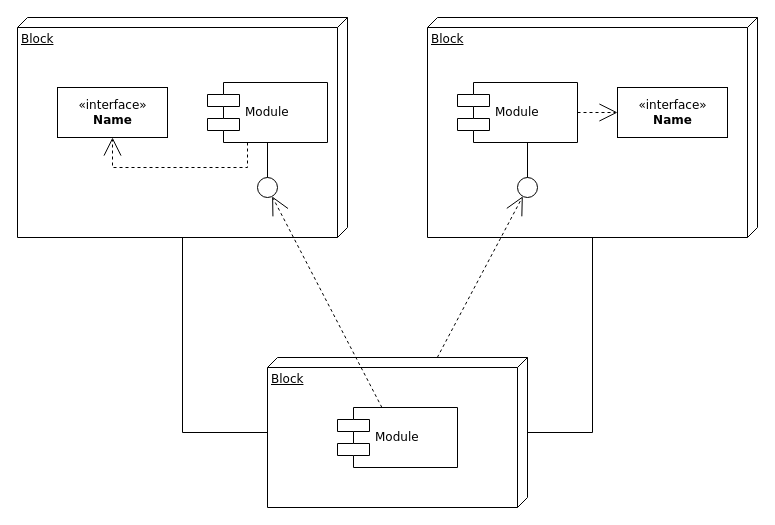
Before: Untitled Diagram.drawio in wait-for-the-wind/diagrams, a draw.io diagram. Source tidied: cells renumbered, new cells numbered last; positions are measured from the earlier drawing's top-left corner, leaving out a move shared by most shapes. Both pictures are drawn from the tidied source at 100%, with x=0, y=0 at pixel (17, 17).
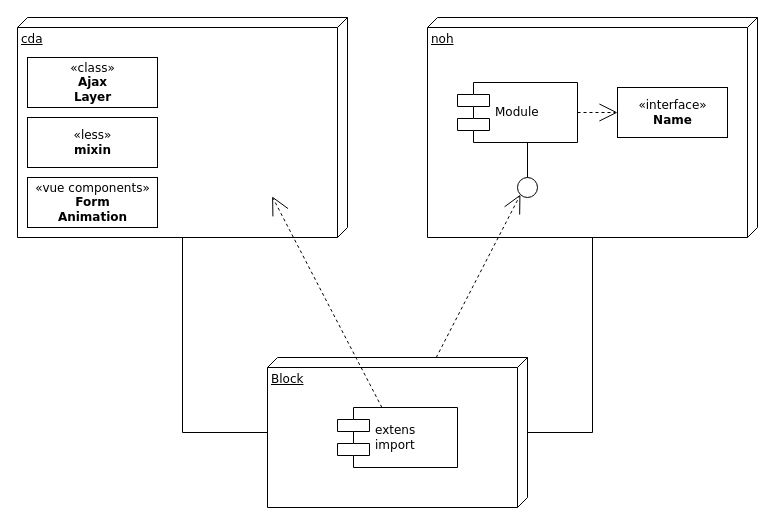
The same page after the edit.

The change refers to these unchanged cells:
```xml
<mxCell id="4" value="Block" style="verticalAlign=top;align=left;spacingTop=8;spacingLeft=2;spacingRight=12;shape=cube;size=10;direction=south;fontStyle=4;html=1;rounded=0;shadow=0;comic=0;labelBackgroundColor=none;strokeWidth=1;fontFamily=Verdana;fontSize=12;" parent="1" vertex="1">
  <mxGeometry x="250" y="340" width="260" height="150" as="geometry" />
</mxCell>
<mxCell id="10" style="ellipse;whiteSpace=wrap;html=1;rounded=0;shadow=0;comic=0;labelBackgroundColor=none;strokeWidth=1;fontFamily=Verdana;fontSize=12;align=center;" parent="1" vertex="1">
  <mxGeometry x="500" y="160" width="20" height="20" as="geometry" />
</mxCell>
```

What changed in the source:
```diff
@@
-    <mxCell id="2" value="Block" style="verticalAlign=top;align=left;spacingTop=8;spacingLeft=2;spacingRight=12;shape=cube;size=10;direction=south;fontStyle=4;html=1;rounded=0;shadow=0;comic=0;labelBackgroundColor=none;strokeWidth=1;fontFamily=Verdana;fontSize=12;" parent="1" vertex="1">
+    <mxCell id="2" value="cda" style="verticalAlign=top;align=left;spacingTop=8;spacingLeft=2;spacingRight=12;shape=cube;size=10;direction=south;fontStyle=4;html=1;rounded=0;shadow=0;comic=0;labelBackgroundColor=none;strokeWidth=1;fontFamily=Verdana;fontSize=12;" parent="1" vertex="1">
       <mxGeometry width="330" height="220" as="geometry" />
     </mxCell>
-    <mxCell id="3" value="Block" style="verticalAlign=top;align=left;spacingTop=8;spacingLeft=2;spacingRight=12;shape=cube;size=10;direction=south;fontStyle=4;html=1;rounded=0;shadow=0;comic=0;labelBackgroundColor=none;strokeWidth=1;fontFamily=Verdana;fontSize=12;" parent="1" vertex="1">
+    <mxCell id="3" value="noh" style="verticalAlign=top;align=left;spacingTop=8;spacingLeft=2;spacingRight=12;shape=cube;size=10;direction=south;fontStyle=4;html=1;rounded=0;shadow=0;comic=0;labelBackgroundColor=none;strokeWidth=1;fontFamily=Verdana;fontSize=12;" parent="1" vertex="1">
       <mxGeometry x="410" width="330" height="220" as="geometry" />
     </mxCell>
@@
-    <mxCell id="5" value="&amp;laquo;interface&amp;raquo;&lt;br&gt;&lt;b&gt;Name&lt;/b&gt;" style="html=1;rounded=0;shadow=0;comic=0;labelBackgroundColor=none;strokeWidth=1;fontFamily=Verdana;fontSize=12;align=center;" parent="1" vertex="1">
-      <mxGeometry x="40" y="70" width="110" height="50" as="geometry" />
+    <mxCell id="5" value="«class»&lt;br&gt;&lt;b&gt;Ajax&lt;br&gt;Layer&lt;br&gt;&lt;/b&gt;" style="html=1;rounded=0;shadow=0;comic=0;labelBackgroundColor=none;strokeWidth=1;fontFamily=Verdana;fontSize=12;align=center;" parent="1" vertex="1">
+      <mxGeometry x="10" y="40" width="130" height="50" as="geometry" />
     </mxCell>
-    <mxCell id="6" value="Module" style="shape=component;align=left;spacingLeft=36;rounded=0;shadow=0;comic=0;labelBackgroundColor=none;strokeWidth=1;fontFamily=Verdana;fontSize=12;html=1;" parent="1" vertex="1">
-      <mxGeometry x="190" y="65" width="120" height="60" as="geometry" />
-    </mxCell>
-    <mxCell id="7" style="ellipse;whiteSpace=wrap;html=1;rounded=0;shadow=0;comic=0;labelBackgroundColor=none;strokeWidth=1;fontFamily=Verdana;fontSize=12;align=center;" parent="1" vertex="1">
-      <mxGeometry x="240" y="160" width="20" height="20" as="geometry" />
-    </mxCell>
@@
-    <mxCell id="11" value="Module" style="shape=component;align=left;spacingLeft=36;rounded=0;shadow=0;comic=0;labelBackgroundColor=none;strokeWidth=1;fontFamily=Verdana;fontSize=12;html=1;" parent="1" vertex="1">
+    <mxCell id="11" value="extens&lt;br&gt;import" style="shape=component;align=left;spacingLeft=36;rounded=0;shadow=0;comic=0;labelBackgroundColor=none;strokeWidth=1;fontFamily=Verdana;fontSize=12;html=1;" parent="1" vertex="1">
       <mxGeometry x="320" y="390" width="120" height="60" as="geometry" />
     </mxCell>
-    <mxCell id="12" style="edgeStyle=none;rounded=0;html=1;dashed=1;labelBackgroundColor=none;startArrow=none;startFill=0;startSize=8;endArrow=open;endFill=0;endSize=16;fontFamily=Verdana;fontSize=12;" parent="1" edge="1" source="11" target="7">
-      <mxGeometry relative="1" as="geometry" />
+    <mxCell id="12" style="edgeStyle=none;rounded=0;html=1;dashed=1;labelBackgroundColor=none;startArrow=none;startFill=0;startSize=8;endArrow=open;endFill=0;endSize=16;fontFamily=Verdana;fontSize=12;" parent="1" edge="1" source="11">
+      <mxGeometry relative="1" as="geometry">
+        <mxPoint x="254.6" y="178.9" as="targetPoint" />
+      </mxGeometry>
     </mxCell>
-    <mxCell id="13" style="edgeStyle=none;rounded=0;html=1;dashed=1;labelBackgroundColor=none;startArrow=none;startFill=0;startSize=8;endArrow=open;endFill=0;endSize=16;fontFamily=Verdana;fontSize=12;" parent="1" edge="1" source="4" target="10">
+    <mxCell id="13" style="edgeStyle=none;rounded=0;html=1;dashed=1;labelBackgroundColor=none;startArrow=none;startFill=0;startSize=8;endArrow=open;endFill=0;endSize=16;fontFamily=Verdana;fontSize=12;entryX=0;entryY=1;entryDx=0;entryDy=0;" parent="1" edge="1" source="4" target="10">
       <mxGeometry relative="1" as="geometry" />
     </mxCell>
@@
-    <mxCell id="15" style="edgeStyle=elbowEdgeStyle;rounded=0;html=1;labelBackgroundColor=none;startArrow=none;startFill=0;startSize=8;endArrow=none;endFill=0;endSize=16;fontFamily=Verdana;fontSize=12;" parent="1" edge="1" source="7" target="6">
-      <mxGeometry relative="1" as="geometry" />
-    </mxCell>
-    <mxCell id="16" style="edgeStyle=orthogonalEdgeStyle;rounded=0;html=1;labelBackgroundColor=none;startArrow=none;startFill=0;startSize=8;endArrow=open;endFill=0;endSize=16;fontFamily=Verdana;fontSize=12;dashed=1;" parent="1" edge="1" source="6" target="5">
-      <mxGeometry relative="1" as="geometry">
-        <Array as="points">
-          <mxPoint x="230" y="150" />
-          <mxPoint x="95" y="150" />
-        </Array>
-      </mxGeometry>
-    </mxCell>
@@
+    <mxCell id="20" value="«less»&lt;br&gt;&lt;b&gt;mixin&lt;br&gt;&lt;/b&gt;" style="html=1;rounded=0;shadow=0;comic=0;labelBackgroundColor=none;strokeWidth=1;fontFamily=Verdana;fontSize=12;align=center;" parent="1" vertex="1">
+      <mxGeometry x="10" y="100" width="130" height="50" as="geometry" />
+    </mxCell>
+    <mxCell id="21" value="«vue components»&lt;br&gt;&lt;b&gt;Form&lt;br&gt;Animation&lt;br&gt;&lt;/b&gt;" style="html=1;rounded=0;shadow=0;comic=0;labelBackgroundColor=none;strokeWidth=1;fontFamily=Verdana;fontSize=12;align=center;" parent="1" vertex="1">
+      <mxGeometry x="10" y="160" width="130" height="50" as="geometry" />
+    </mxCell>
```
